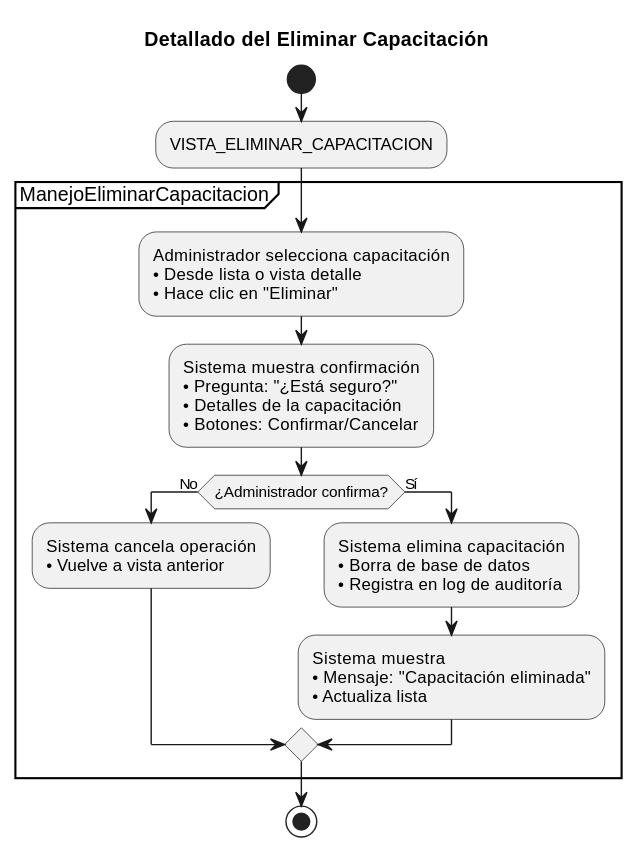
Above: documentos/imagenes/casos_de_uso/diagramas_casos_de_uso_detallados/eliminar_capacitacion.svg in Dievex/24-25-IdSw1-SDR (PlantUML), before the change. The source it was exported from:
```plantuml
@startuml
title Detallado del Eliminar Capacitación

start

:VISTA_ELIMINAR_CAPACITACION;

partition ManejoEliminarCapacitacion {

  :Administrador selecciona capacitación
  • Desde lista o vista detalle
  • Hace clic en "Eliminar";



  :Sistema muestra confirmación
  • Pregunta: "¿Está seguro?"
  • Detalles de la capacitación
  • Botones: Confirmar/Cancelar;

    if (¿Administrador confirma?) then (No)
      :Sistema cancela operación
      • Vuelve a vista anterior;

    else (Sí)
      :Sistema elimina capacitación
      • Borra de base de datos
      • Registra en log de auditoría;

      :Sistema muestra
      • Mensaje: "Capacitación eliminada"
      • Actualiza lista;

    endif



}

stop
@enduml
```
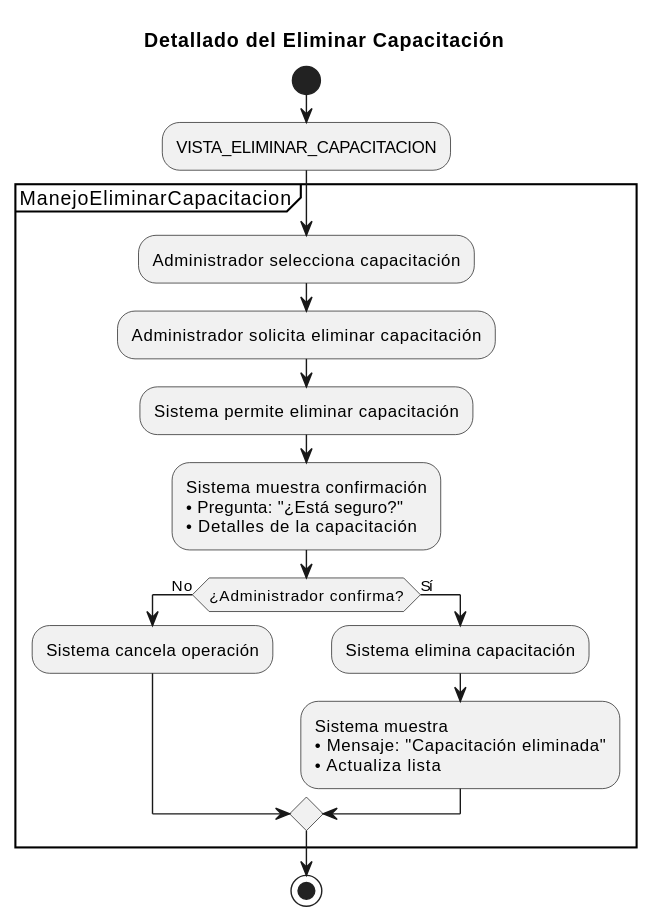
After the commit.

What changed in the source:
```diff
@@ -7,25 +7,21 @@
 
 partition ManejoEliminarCapacitacion {
 
-  :Administrador selecciona capacitación
-  • Desde lista o vista detalle
-  • Hace clic en "Eliminar";
+  :Administrador selecciona capacitación;
 
+  :Administrador solicita eliminar capacitación;
 
+  :Sistema permite eliminar capacitación;
 
   :Sistema muestra confirmación
   • Pregunta: "¿Está seguro?"
-  • Detalles de la capacitación
-  • Botones: Confirmar/Cancelar;
+  • Detalles de la capacitación;
 
     if (¿Administrador confirma?) then (No)
-      :Sistema cancela operación
-      • Vuelve a vista anterior;
+      :Sistema cancela operación;
 
     else (Sí)
-      :Sistema elimina capacitación
-      • Borra de base de datos
-      • Registra en log de auditoría;
+      :Sistema elimina capacitación;
 
       :Sistema muestra
       • Mensaje: "Capacitación eliminada"
```
